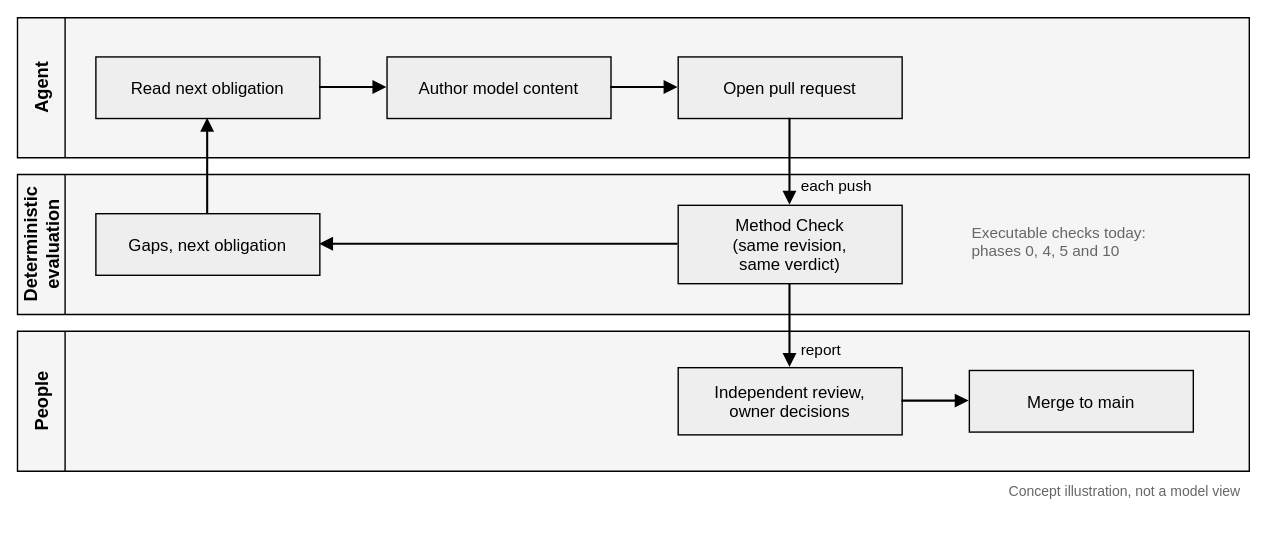
de4sdv/DE4SDV keeps this draw.io diagram as docs/getting-started/concept-agentic-engineering.drawio.svg. Above is the earlier version. Source tidied: cells renumbered, new cells last; positions are measured from the earlier drawing's top-left corner, leaving out a move shared by most shapes. Source of this version:
```xml
<mxGraphModel background="#ffffff">
  <root>
    <mxCell id="0" />
    <mxCell id="1" parent="0" />
    <mxCell id="2" value="Agent" style="swimlane;horizontal=0;html=0;startSize=34;fillColor=#f5f5f5;swimlaneFillColor=#f5f5f5;strokeColor=#000000;strokeWidth=1;fontStyle=1;fontSize=13;fontFamily=Helvetica;fontColor=#000000;" parent="1" vertex="1">
      <mxGeometry width="880" height="100" as="geometry" />
    </mxCell>
    <mxCell id="3" value="Read next obligation" style="rounded=0;html=0;strokeColor=#000000;strokeWidth=1;fontSize=12;fontFamily=Helvetica;fontColor=#000000;fillColor=#eeeeee;" parent="2" vertex="1">
      <mxGeometry x="56" y="28" width="160" height="44" as="geometry" />
    </mxCell>
    <mxCell id="4" value="Author model content" style="rounded=0;html=0;strokeColor=#000000;strokeWidth=1;fontSize=12;fontFamily=Helvetica;fontColor=#000000;fillColor=#eeeeee;" parent="2" vertex="1">
      <mxGeometry x="264" y="28" width="160" height="44" as="geometry" />
    </mxCell>
    <mxCell id="5" value="Open pull request" style="rounded=0;html=0;strokeColor=#000000;strokeWidth=1;fontSize=12;fontFamily=Helvetica;fontColor=#000000;fillColor=#eeeeee;" parent="2" vertex="1">
      <mxGeometry x="472" y="28" width="160" height="44" as="geometry" />
    </mxCell>
    <mxCell id="6" value="Deterministic&#10;evaluation" style="swimlane;horizontal=0;html=0;startSize=34;fillColor=#f5f5f5;swimlaneFillColor=#f5f5f5;strokeColor=#000000;strokeWidth=1;fontStyle=1;fontSize=13;fontFamily=Helvetica;fontColor=#000000;" parent="1" vertex="1">
      <mxGeometry y="112" width="880" height="100" as="geometry" />
    </mxCell>
    <mxCell id="7" value="Gaps, next obligation" style="rounded=0;html=0;strokeColor=#000000;strokeWidth=1;fontSize=12;fontFamily=Helvetica;fontColor=#000000;fillColor=#eeeeee;" parent="6" vertex="1">
      <mxGeometry x="56" y="28" width="160" height="44" as="geometry" />
    </mxCell>
    <mxCell id="8" value="Method Check&#10;(same revision,&#10;same verdict)" style="rounded=0;html=0;strokeColor=#000000;strokeWidth=1;fontSize=12;fontFamily=Helvetica;fontColor=#000000;fillColor=#eeeeee;" parent="6" vertex="1">
      <mxGeometry x="472" y="22" width="160" height="56" as="geometry" />
    </mxCell>
    <mxCell id="9" value="Executable checks today:&#10;phases 0, 4, 5 and 10" style="text;html=0;align=left;verticalAlign=middle;spacingRight=4;fontSize=11;fontFamily=Helvetica;fontColor=#666666;strokeColor=none;fillColor=none;" parent="6" vertex="1">
      <mxGeometry x="680" y="28" width="160" height="40" as="geometry" />
    </mxCell>
    <mxCell id="10" value="People" style="swimlane;horizontal=0;html=0;startSize=34;fillColor=#f5f5f5;swimlaneFillColor=#f5f5f5;strokeColor=#000000;strokeWidth=1;fontStyle=1;fontSize=13;fontFamily=Helvetica;fontColor=#000000;" parent="1" vertex="1">
      <mxGeometry y="224" width="880" height="100" as="geometry" />
    </mxCell>
    <mxCell id="11" value="Independent review,&#10;owner decisions" style="rounded=0;html=0;strokeColor=#000000;strokeWidth=1;fontSize=12;fontFamily=Helvetica;fontColor=#000000;fillColor=#eeeeee;" parent="10" vertex="1">
      <mxGeometry x="472" y="26" width="160" height="48" as="geometry" />
    </mxCell>
    <mxCell id="12" value="Merge to main" style="rounded=0;html=0;strokeColor=#000000;strokeWidth=1;fontSize=12;fontFamily=Helvetica;fontColor=#000000;fillColor=#eeeeee;" parent="10" vertex="1">
      <mxGeometry x="680" y="28" width="160" height="44" as="geometry" />
    </mxCell>
    <mxCell id="13" style="edgeStyle=orthogonalEdgeStyle;rounded=0;html=0;endArrow=block;endFill=1;strokeColor=#000000;strokeWidth=1.5;fontSize=11;verticalAlign=bottom;labelBackgroundColor=none;fontFamily=Helvetica;fontColor=#000000;" parent="1" edge="1" source="3" target="4">
      <mxGeometry relative="1" as="geometry" />
    </mxCell>
    <mxCell id="14" style="edgeStyle=orthogonalEdgeStyle;rounded=0;html=0;endArrow=block;endFill=1;strokeColor=#000000;strokeWidth=1.5;fontSize=11;verticalAlign=bottom;labelBackgroundColor=none;fontFamily=Helvetica;fontColor=#000000;" parent="1" edge="1" source="4" target="5">
      <mxGeometry relative="1" as="geometry" />
    </mxCell>
    <mxCell id="15" value="each push" style="edgeStyle=orthogonalEdgeStyle;rounded=0;html=0;endArrow=block;endFill=1;strokeColor=#000000;strokeWidth=1.5;fontSize=11;verticalAlign=bottom;labelBackgroundColor=none;fontFamily=Helvetica;fontColor=#000000;exitX=0.5;exitY=1;entryX=0.5;entryY=0;verticalAlign=middle;align=left;" parent="1" edge="1" source="5" target="8">
      <mxGeometry x="0.55" relative="1" as="geometry">
        <mxPoint x="6" as="offset" />
      </mxGeometry>
    </mxCell>
    <mxCell id="16" style="edgeStyle=orthogonalEdgeStyle;rounded=0;html=0;endArrow=block;endFill=1;strokeColor=#000000;strokeWidth=1.5;fontSize=11;verticalAlign=bottom;labelBackgroundColor=none;fontFamily=Helvetica;fontColor=#000000;exitX=0;exitY=0.5;entryX=1;entryY=0.5;" parent="1" edge="1" source="8" target="7">
      <mxGeometry relative="1" as="geometry" />
    </mxCell>
    <mxCell id="17" style="edgeStyle=orthogonalEdgeStyle;rounded=0;html=0;endArrow=block;endFill=1;strokeColor=#000000;strokeWidth=1.5;fontSize=11;verticalAlign=bottom;labelBackgroundColor=none;fontFamily=Helvetica;fontColor=#000000;exitX=0.5;exitY=0;entryX=0.5;entryY=1;" parent="1" edge="1" source="7" target="3">
      <mxGeometry relative="1" as="geometry" />
    </mxCell>
    <mxCell id="18" value="report" style="edgeStyle=orthogonalEdgeStyle;rounded=0;html=0;endArrow=block;endFill=1;strokeColor=#000000;strokeWidth=1.5;fontSize=11;verticalAlign=bottom;labelBackgroundColor=none;fontFamily=Helvetica;fontColor=#000000;exitX=0.5;exitY=1;entryX=0.5;entryY=0;verticalAlign=middle;align=left;" parent="1" edge="1" source="8" target="11">
      <mxGeometry x="0.55" relative="1" as="geometry">
        <mxPoint x="6" as="offset" />
      </mxGeometry>
    </mxCell>
    <mxCell id="19" style="edgeStyle=orthogonalEdgeStyle;rounded=0;html=0;endArrow=block;endFill=1;strokeColor=#000000;strokeWidth=1.5;fontSize=11;verticalAlign=bottom;labelBackgroundColor=none;fontFamily=Helvetica;fontColor=#000000;exitX=1;exitY=0.5;entryX=0;entryY=0.5;" parent="1" edge="1" source="11" target="12">
      <mxGeometry relative="1" as="geometry" />
    </mxCell>
    <mxCell id="20" value="Concept illustration, not a model view" style="text;html=0;align=right;verticalAlign=middle;spacingRight=4;fontSize=10;fontFamily=Helvetica;fontColor=#666666;strokeColor=none;fillColor=none;" parent="1" vertex="1">
      <mxGeometry x="580" y="330" width="300" height="16" as="geometry" />
    </mxCell>
  </root>
</mxGraphModel>
```
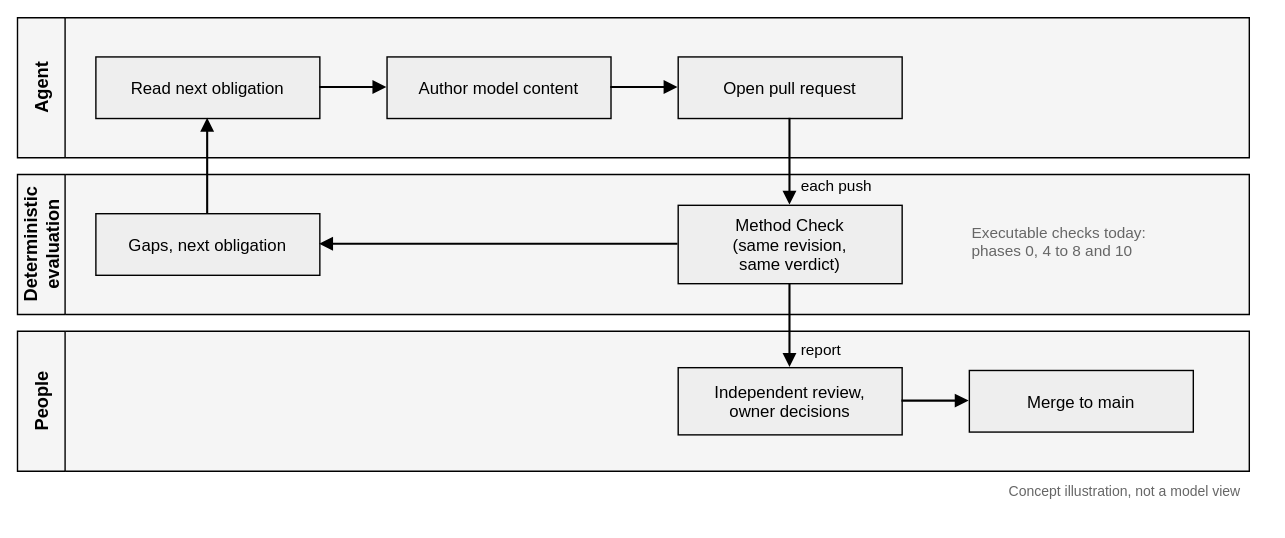
The same diagram one commit later.

Commit message:
docs(getting-started): refresh the case study's status after phases 6 to 8 (#398)

Diff of the diagram source:
```diff
@@ -23,7 +23,7 @@
     <mxCell id="8" value="Method Check&#10;(same revision,&#10;same verdict)" style="rounded=0;html=0;strokeColor=#000000;strokeWidth=1;fontSize=12;fontFamily=Helvetica;fontColor=#000000;fillColor=#eeeeee;" parent="6" vertex="1">
       <mxGeometry x="472" y="22" width="160" height="56" as="geometry" />
     </mxCell>
-    <mxCell id="9" value="Executable checks today:&#10;phases 0, 4, 5 and 10" style="text;html=0;align=left;verticalAlign=middle;spacingRight=4;fontSize=11;fontFamily=Helvetica;fontColor=#666666;strokeColor=none;fillColor=none;" parent="6" vertex="1">
+    <mxCell id="9" value="Executable checks today:&#10;phases 0, 4 to 8 and 10" style="text;html=0;align=left;verticalAlign=middle;spacingRight=4;fontSize=11;fontFamily=Helvetica;fontColor=#666666;strokeColor=none;fillColor=none;" parent="6" vertex="1">
       <mxGeometry x="680" y="28" width="160" height="40" as="geometry" />
     </mxCell>
     <mxCell id="10" value="People" style="swimlane;horizontal=0;html=0;startSize=34;fillColor=#f5f5f5;swimlaneFillColor=#f5f5f5;strokeColor=#000000;strokeWidth=1;fontStyle=1;fontSize=13;fontFamily=Helvetica;fontColor=#000000;" parent="1" vertex="1">
```
